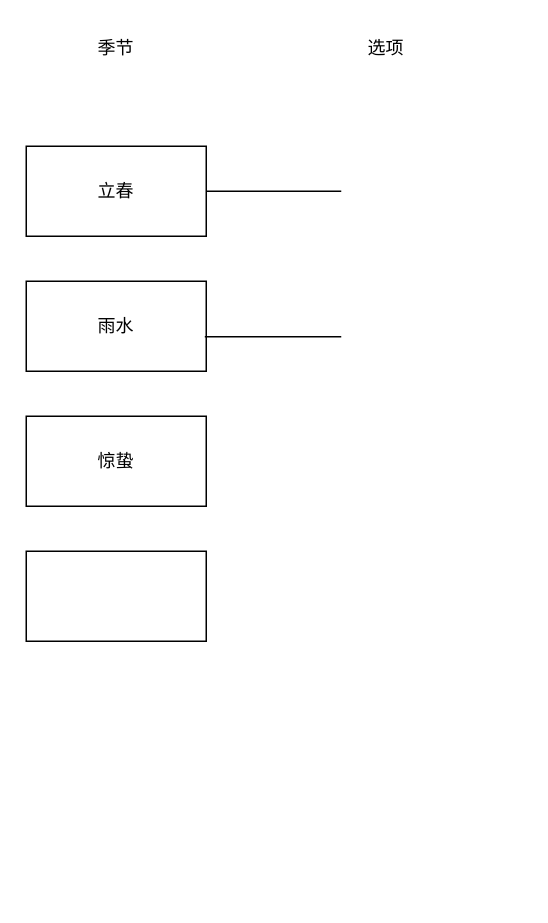
The draw.io diagram Test.drawio in 2439905184/old_blog, before the edit. Source tidied: cells renumbered, new cells numbered last; positions are measured from the earlier drawing's top-left corner, leaving out a move shared by most shapes. Both pictures are drawn from the tidied source at 150%, with x=0, y=0 at pixel (26, 26).
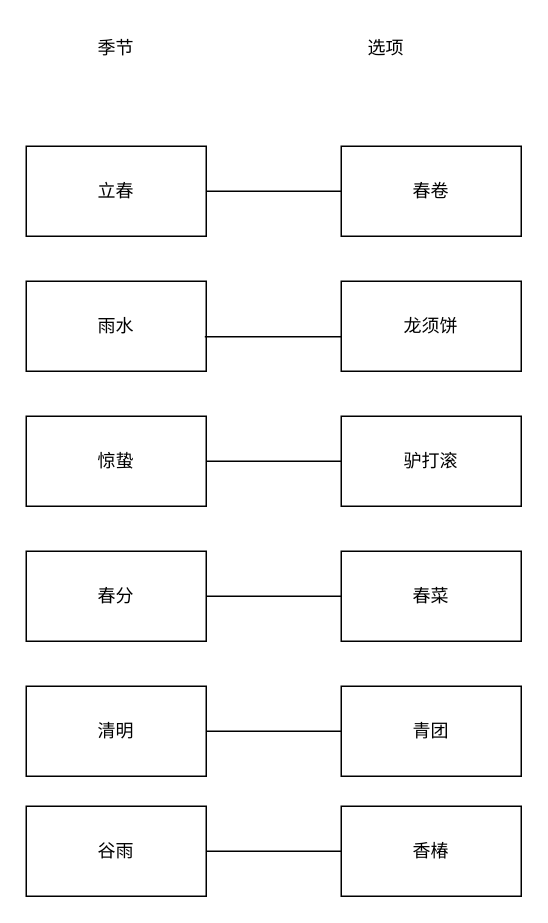
After the change.

Commit message:
选项添加完毕

The change refers to these unchanged cells:
```xml
<mxCell id="8" value="惊蛰" style="rounded=0;whiteSpace=wrap;html=1;" parent="1" vertex="1">
  <mxGeometry y="260" width="120" height="60" as="geometry" />
</mxCell>
```

What changed in the source:
```diff
@@
-    <mxCell id="9" style="rounded=0;whiteSpace=wrap;html=1;" parent="1" vertex="1">
+    <mxCell id="9" value="春分" style="rounded=0;whiteSpace=wrap;html=1;" parent="1" vertex="1">
       <mxGeometry y="350" width="120" height="60" as="geometry" />
     </mxCell>
+    <mxCell id="10" value="清明" style="rounded=0;whiteSpace=wrap;html=1;" parent="1" vertex="1">
+      <mxGeometry y="440" width="120" height="60" as="geometry" />
+    </mxCell>
+    <mxCell id="11" value="谷雨" style="rounded=0;whiteSpace=wrap;html=1;" parent="1" vertex="1">
+      <mxGeometry y="520" width="120" height="60" as="geometry" />
+    </mxCell>
+    <mxCell id="12" value="春卷" style="rounded=0;whiteSpace=wrap;html=1;" parent="1" vertex="1">
+      <mxGeometry x="210" y="80" width="120" height="60" as="geometry" />
+    </mxCell>
+    <mxCell id="13" value="龙须饼" style="rounded=0;whiteSpace=wrap;html=1;" parent="1" vertex="1">
+      <mxGeometry x="210" y="170" width="120" height="60" as="geometry" />
+    </mxCell>
+    <mxCell id="14" value="驴打滚" style="rounded=0;whiteSpace=wrap;html=1;" parent="1" vertex="1">
+      <mxGeometry x="210" y="260" width="120" height="60" as="geometry" />
+    </mxCell>
+    <mxCell id="15" style="endArrow=none;html=1;rounded=0;entryX=0;entryY=0.5;entryDx=0;entryDy=0;exitX=1;exitY=0.5;exitDx=0;exitDy=0;" parent="1" edge="1" source="8" target="14">
+      <mxGeometry relative="1" as="geometry" />
+    </mxCell>
+    <mxCell id="16" value="春菜" style="rounded=0;whiteSpace=wrap;html=1;" parent="1" vertex="1">
+      <mxGeometry x="210" y="350" width="120" height="60" as="geometry" />
+    </mxCell>
+    <mxCell id="17" style="endArrow=none;html=1;rounded=0;entryX=0;entryY=0.5;entryDx=0;entryDy=0;exitX=1;exitY=0.5;exitDx=0;exitDy=0;" parent="1" edge="1" source="9" target="16">
+      <mxGeometry relative="1" as="geometry" />
+    </mxCell>
+    <mxCell id="18" value="青团" style="rounded=0;whiteSpace=wrap;html=1;" parent="1" vertex="1">
+      <mxGeometry x="210" y="440" width="120" height="60" as="geometry" />
+    </mxCell>
+    <mxCell id="19" style="endArrow=none;html=1;rounded=0;entryX=0;entryY=0.5;entryDx=0;entryDy=0;exitX=1;exitY=0.5;exitDx=0;exitDy=0;" parent="1" edge="1" source="10" target="18">
+      <mxGeometry relative="1" as="geometry" />
+    </mxCell>
+    <mxCell id="20" value="香椿" style="rounded=0;whiteSpace=wrap;html=1;" parent="1" vertex="1">
+      <mxGeometry x="210" y="520" width="120" height="60" as="geometry" />
+    </mxCell>
+    <mxCell id="21" style="endArrow=none;html=1;rounded=0;entryX=0;entryY=0.5;entryDx=0;entryDy=0;" parent="1" edge="1" source="11" target="20">
+      <mxGeometry relative="1" as="geometry" />
+    </mxCell>
```
